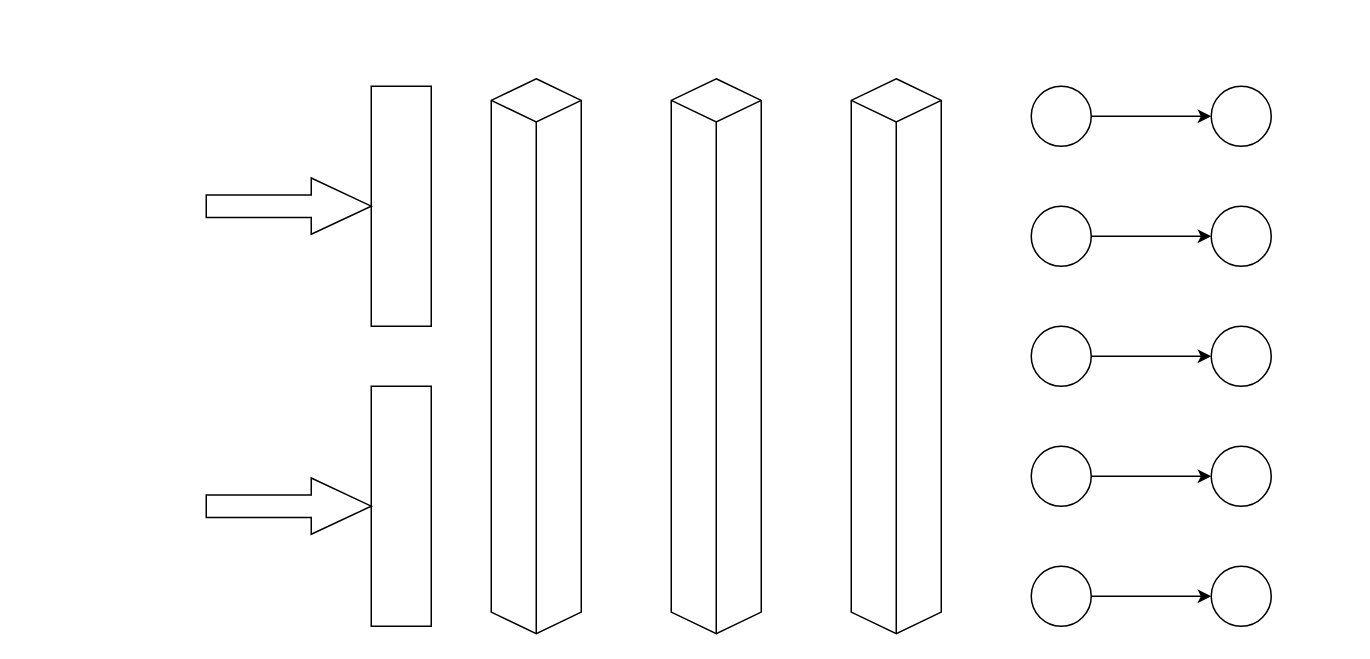
Above: Untitled Diagram.drawio in ShubhankarLondhe/Demo (draw.io), before the change. Source tidied: cells renumbered, new cells numbered last; positions are measured from the earlier drawing's top-left corner, leaving out a move shared by most shapes. Both pictures are drawn from the tidied source at 150%, with x=0, y=0 at pixel (206, 78).
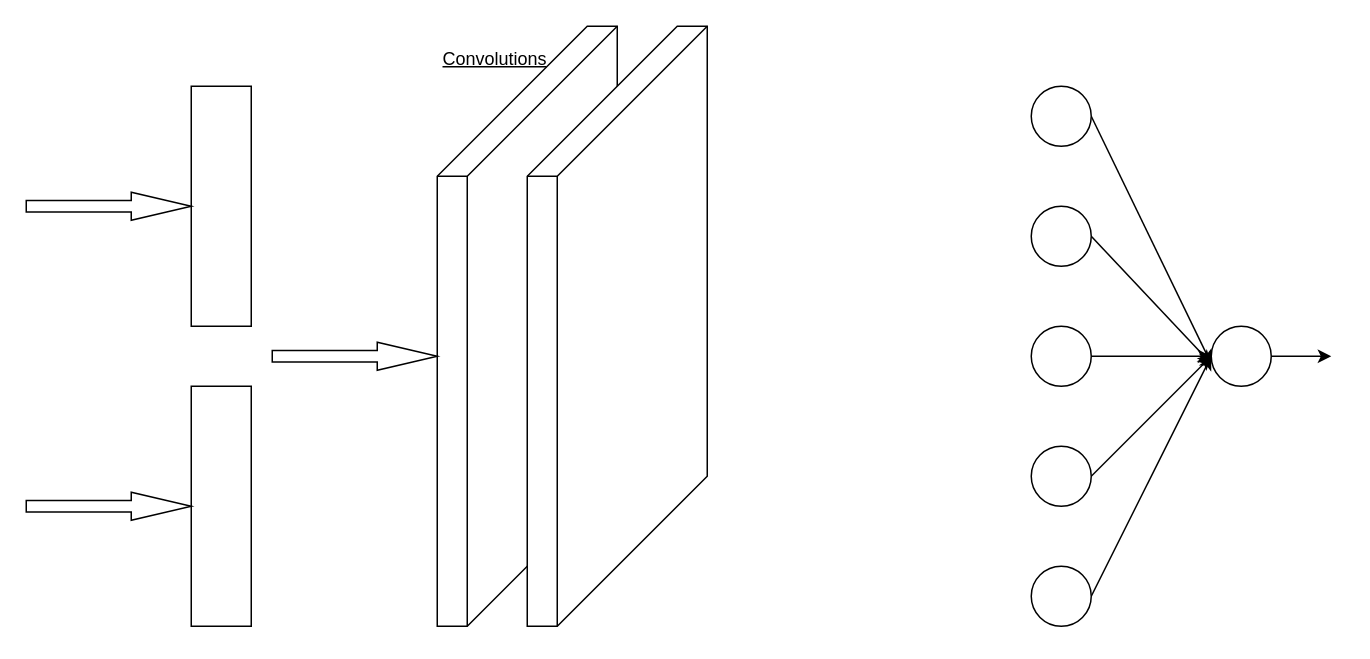
The same diagram, later.

The change refers to these unchanged cells:
```xml
<mxCell id="7" style="ellipse;whiteSpace=wrap;html=1;" parent="1" vertex="1">
  <mxGeometry x="550" y="5" width="40" height="40" as="geometry" />
</mxCell>
<mxCell id="9" style="ellipse;whiteSpace=wrap;html=1;" parent="1" vertex="1">
  <mxGeometry x="550" y="85" width="40" height="40" as="geometry" />
</mxCell>
<mxCell id="13" style="ellipse;whiteSpace=wrap;html=1;" parent="1" vertex="1">
  <mxGeometry x="550" y="245" width="40" height="40" as="geometry" />
</mxCell>
<mxCell id="15" style="ellipse;whiteSpace=wrap;html=1;" parent="1" vertex="1">
  <mxGeometry x="550" y="325" width="40" height="40" as="geometry" />
</mxCell>
<mxCell id="18" style="ellipse;whiteSpace=wrap;html=1;" parent="1" vertex="1">
  <mxGeometry x="670" y="165" width="40" height="40" as="geometry" />
</mxCell>
```

The edit, as a diff of the source:
```diff
@@
     <mxCell id="2" style="rounded=0;whiteSpace=wrap;html=1;" parent="1" vertex="1">
-      <mxGeometry x="110" y="5" width="40" height="160" as="geometry" />
+      <mxGeometry x="-10" y="5" width="40" height="160" as="geometry" />
     </mxCell>
     <mxCell id="3" style="rounded=0;whiteSpace=wrap;html=1;" parent="1" vertex="1">
-      <mxGeometry x="110" y="205" width="40" height="160" as="geometry" />
+      <mxGeometry x="-10" y="205" width="40" height="160" as="geometry" />
     </mxCell>
-    <mxCell id="4" style="html=1;shadow=0;dashed=0;align=center;verticalAlign=middle;shape=mxgraph.arrows2.arrow;dy=0.6;dx=40;notch=0;" parent="1" vertex="1">
-      <mxGeometry y="66.2" width="110" height="37.5" as="geometry" />
-    </mxCell>
     <mxCell id="5" style="html=1;shadow=0;dashed=0;align=center;verticalAlign=middle;shape=mxgraph.arrows2.arrow;dy=0.6;dx=40;notch=0;" parent="1" vertex="1">
-      <mxGeometry y="266.2" width="110" height="37.5" as="geometry" />
+      <mxGeometry x="-120" y="275.6" width="110" height="18.8" as="geometry" />
     </mxCell>
-    <mxCell id="6" style="edgeStyle=orthogonalEdgeStyle;rounded=0;jettySize=auto;html=1;exitX=1;exitY=0.5;exitDx=0;exitDy=0;entryX=0;entryY=0.5;entryDx=0;entryDy=0;" parent="1" edge="1" source="7" target="16">
-      <mxGeometry relative="1" as="geometry" />
-    </mxCell>
+    <mxCell id="24" style="edgeStyle=none;rounded=0;jettySize=auto;html=1;exitX=1;exitY=0.5;exitDx=0;exitDy=0;" parent="1" edge="1" source="7">
+      <mxGeometry relative="1" as="geometry">
+        <mxPoint x="670" y="190" as="targetPoint" />
+      </mxGeometry>
+    </mxCell>
@@
-    <mxCell id="8" style="edgeStyle=orthogonalEdgeStyle;rounded=0;jettySize=auto;html=1;exitX=1;exitY=0.5;exitDx=0;exitDy=0;entryX=0;entryY=0.5;entryDx=0;entryDy=0;" parent="1" edge="1" source="9" target="17">
-      <mxGeometry relative="1" as="geometry" />
-    </mxCell>
+    <mxCell id="25" style="edgeStyle=none;rounded=0;jettySize=auto;html=1;exitX=1;exitY=0.5;exitDx=0;exitDy=0;" parent="1" edge="1" source="9">
+      <mxGeometry relative="1" as="geometry">
+        <mxPoint x="670" y="190" as="targetPoint" />
+      </mxGeometry>
+    </mxCell>
@@
-    <mxCell id="12" style="edgeStyle=orthogonalEdgeStyle;rounded=0;jettySize=auto;html=1;exitX=1;exitY=0.5;exitDx=0;exitDy=0;entryX=0;entryY=0.5;entryDx=0;entryDy=0;" parent="1" edge="1" source="13" target="19">
-      <mxGeometry relative="1" as="geometry" />
-    </mxCell>
+    <mxCell id="26" style="edgeStyle=none;rounded=0;jettySize=auto;html=1;exitX=1;exitY=0.5;exitDx=0;exitDy=0;entryX=0;entryY=0.5;entryDx=0;entryDy=0;" parent="1" edge="1" source="13" target="18">
+      <mxGeometry relative="1" as="geometry" />
+    </mxCell>
@@
-    <mxCell id="14" style="edgeStyle=orthogonalEdgeStyle;rounded=0;jettySize=auto;html=1;exitX=1;exitY=0.5;exitDx=0;exitDy=0;entryX=0;entryY=0.5;entryDx=0;entryDy=0;" parent="1" edge="1" source="15" target="20">
-      <mxGeometry relative="1" as="geometry" />
-    </mxCell>
+    <mxCell id="27" style="edgeStyle=none;rounded=0;jettySize=auto;html=1;exitX=1;exitY=0.5;exitDx=0;exitDy=0;entryX=0;entryY=0.5;entryDx=0;entryDy=0;" parent="1" edge="1" source="15" target="18">
+      <mxGeometry relative="1" as="geometry" />
+    </mxCell>
@@
-    <mxCell id="16" style="ellipse;whiteSpace=wrap;html=1;" parent="1" vertex="1">
-      <mxGeometry x="670" y="5" width="40" height="40" as="geometry" />
-    </mxCell>
-    <mxCell id="17" style="ellipse;whiteSpace=wrap;html=1;" parent="1" vertex="1">
-      <mxGeometry x="670" y="85" width="40" height="40" as="geometry" />
-    </mxCell>
+    <mxCell id="28" style="edgeStyle=none;rounded=0;jettySize=auto;html=1;exitX=1;exitY=0.5;exitDx=0;exitDy=0;" parent="1" edge="1" source="18">
+      <mxGeometry relative="1" as="geometry">
+        <mxPoint x="750" y="185" as="targetPoint" />
+      </mxGeometry>
+    </mxCell>
@@
-    <mxCell id="19" style="ellipse;whiteSpace=wrap;html=1;" parent="1" vertex="1">
-      <mxGeometry x="670" y="245" width="40" height="40" as="geometry" />
-    </mxCell>
-    <mxCell id="20" style="ellipse;whiteSpace=wrap;html=1;" parent="1" vertex="1">
-      <mxGeometry x="670" y="325" width="40" height="40" as="geometry" />
-    </mxCell>
-    <mxCell id="21" style="html=1;whiteSpace=wrap;shape=isoCube2;backgroundOutline=1;isoAngle=15;" parent="1" vertex="1">
-      <mxGeometry x="190" width="60" height="370" as="geometry" />
-    </mxCell>
-    <mxCell id="22" style="html=1;whiteSpace=wrap;shape=isoCube2;backgroundOutline=1;isoAngle=15;" parent="1" vertex="1">
-      <mxGeometry x="310" width="60" height="370" as="geometry" />
-    </mxCell>
-    <mxCell id="23" style="html=1;whiteSpace=wrap;shape=isoCube2;backgroundOutline=1;isoAngle=15;" parent="1" vertex="1">
-      <mxGeometry x="430" width="60" height="370" as="geometry" />
-    </mxCell>
+    <mxCell id="29" value="Convolutions" style="verticalAlign=top;align=left;spacingTop=8;spacingLeft=2;spacingRight=12;shape=cube;size=100;direction=south;fontStyle=4;html=1;" parent="1" vertex="1">
+      <mxGeometry x="154" y="-35" width="120" height="400" as="geometry" />
+    </mxCell>
+    <mxCell id="30" style="verticalAlign=top;align=left;spacingTop=8;spacingLeft=2;spacingRight=12;shape=cube;size=100;direction=south;fontStyle=4;html=1;" parent="1" vertex="1">
+      <mxGeometry x="214" y="-35" width="120" height="400" as="geometry" />
+    </mxCell>
+    <mxCell id="31" style="html=1;shadow=0;dashed=0;align=center;verticalAlign=middle;shape=mxgraph.arrows2.arrow;dy=0.6;dx=40;notch=0;" parent="1" vertex="1">
+      <mxGeometry x="44" y="175.6" width="110" height="18.8" as="geometry" />
+    </mxCell>
+    <mxCell id="32" style="html=1;shadow=0;dashed=0;align=center;verticalAlign=middle;shape=mxgraph.arrows2.arrow;dy=0.6;dx=40;notch=0;" parent="1" vertex="1">
+      <mxGeometry x="-120" y="75.6" width="110" height="18.8" as="geometry" />
+    </mxCell>
```
